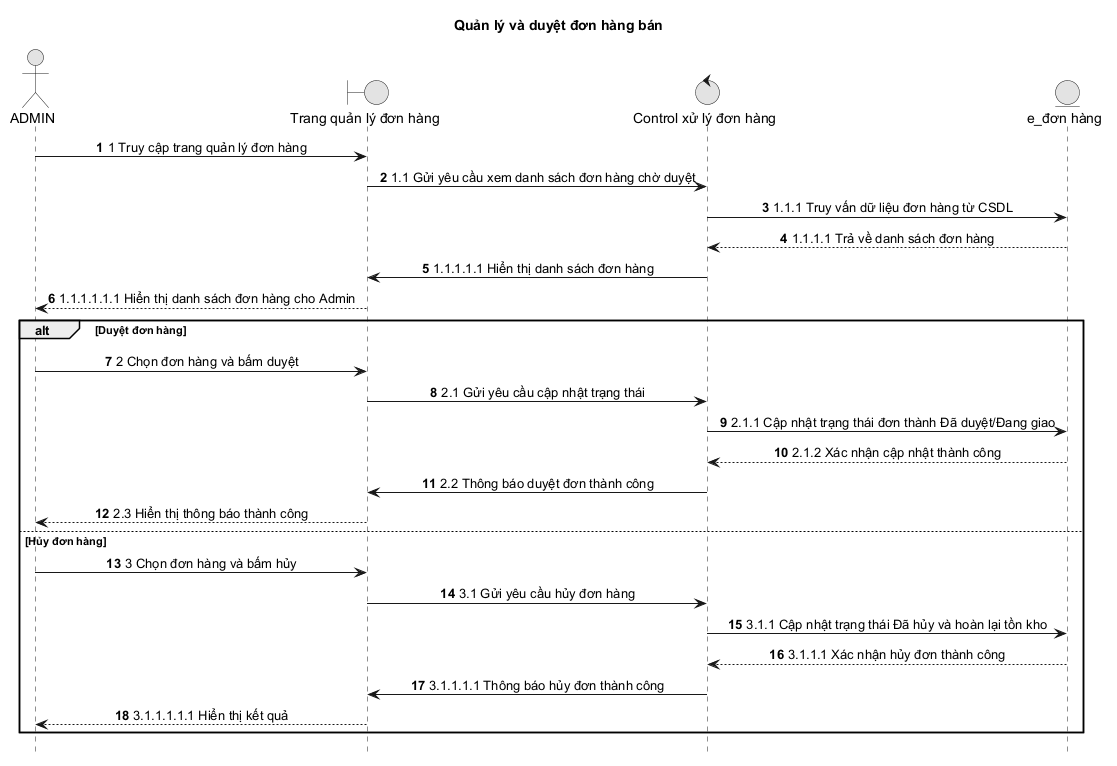
Above: docs/diagrams/sequence-new/admin/09-sales-order-approval.png in duygri/do-an-htttdn-crm (PlantUML), before the change. Its diagram source:
```plantuml
@startuml
title Quản lý và duyệt đơn hàng bán

autonumber
hide footbox
skinparam monochrome true
skinparam sequenceMessageAlign center
skinparam responseMessageBelowArrow true
actor ADMIN as Admin
boundary "Trang quản lý đơn hàng" as Boundary
control "Control xử lý đơn hàng" as Control
entity "e_đơn hàng" as Entity

Admin -> Boundary: 1 Truy cập trang quản lý đơn hàng
Boundary -> Control: 1.1 Gửi yêu cầu xem danh sách đơn hàng chờ duyệt
Control -> Entity: 1.1.1 Truy vấn dữ liệu đơn hàng từ CSDL
Entity --> Control: 1.1.1.1 Trả về danh sách đơn hàng
Control -> Boundary: 1.1.1.1.1 Hiển thị danh sách đơn hàng
Boundary --> Admin: 1.1.1.1.1.1 Hiển thị danh sách đơn hàng cho Admin

alt Duyệt đơn hàng
  Admin -> Boundary: 2 Chọn đơn hàng và bấm duyệt
  Boundary -> Control: 2.1 Gửi yêu cầu cập nhật trạng thái
  Control -> Entity: 2.1.1 Cập nhật trạng thái đơn thành Đã duyệt/Đang giao
  Entity --> Control: 2.1.2 Xác nhận cập nhật thành công
  Control -> Boundary: 2.2 Thông báo duyệt đơn thành công
  Boundary --> Admin: 2.3 Hiển thị thông báo thành công
else Hủy đơn hàng
  Admin -> Boundary: 3 Chọn đơn hàng và bấm hủy
  Boundary -> Control: 3.1 Gửi yêu cầu hủy đơn hàng
  Control -> Entity: 3.1.1 Cập nhật trạng thái Đã hủy và hoàn lại tồn kho
  Entity --> Control: 3.1.1.1 Xác nhận hủy đơn thành công
  Control -> Boundary: 3.1.1.1.1 Thông báo hủy đơn thành công
  Boundary --> Admin: 3.1.1.1.1.1 Hiển thị kết quả
end
@enduml
```
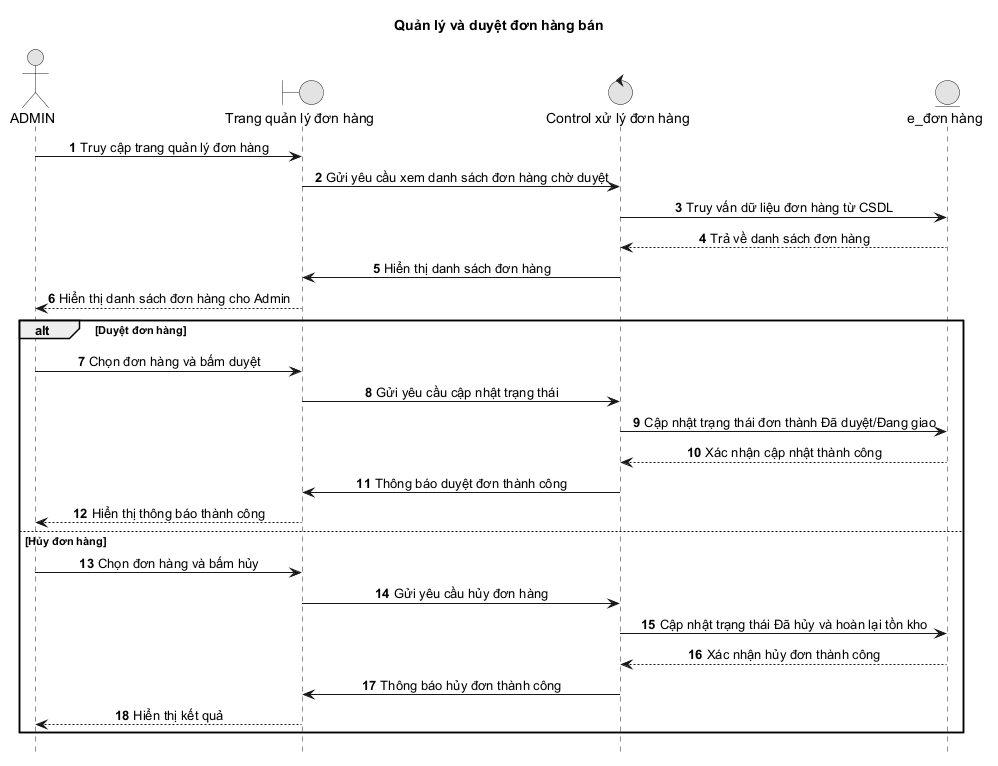
Later version of the same file.

Diff of the diagram source:
```diff
@@ -11,26 +11,26 @@
 control "Control xử lý đơn hàng" as Control
 entity "e_đơn hàng" as Entity
 
-Admin -> Boundary: 1 Truy cập trang quản lý đơn hàng
-Boundary -> Control: 1.1 Gửi yêu cầu xem danh sách đơn hàng chờ duyệt
-Control -> Entity: 1.1.1 Truy vấn dữ liệu đơn hàng từ CSDL
-Entity --> Control: 1.1.1.1 Trả về danh sách đơn hàng
-Control -> Boundary: 1.1.1.1.1 Hiển thị danh sách đơn hàng
-Boundary --> Admin: 1.1.1.1.1.1 Hiển thị danh sách đơn hàng cho Admin
+Admin -> Boundary: Truy cập trang quản lý đơn hàng
+Boundary -> Control: Gửi yêu cầu xem danh sách đơn hàng chờ duyệt
+Control -> Entity: Truy vấn dữ liệu đơn hàng từ CSDL
+Entity --> Control: Trả về danh sách đơn hàng
+Control -> Boundary: Hiển thị danh sách đơn hàng
+Boundary --> Admin: Hiển thị danh sách đơn hàng cho Admin
 
 alt Duyệt đơn hàng
-  Admin -> Boundary: 2 Chọn đơn hàng và bấm duyệt
-  Boundary -> Control: 2.1 Gửi yêu cầu cập nhật trạng thái
-  Control -> Entity: 2.1.1 Cập nhật trạng thái đơn thành Đã duyệt/Đang giao
-  Entity --> Control: 2.1.2 Xác nhận cập nhật thành công
-  Control -> Boundary: 2.2 Thông báo duyệt đơn thành công
-  Boundary --> Admin: 2.3 Hiển thị thông báo thành công
+  Admin -> Boundary: Chọn đơn hàng và bấm duyệt
+  Boundary -> Control: Gửi yêu cầu cập nhật trạng thái
+  Control -> Entity: Cập nhật trạng thái đơn thành Đã duyệt/Đang giao
+  Entity --> Control: Xác nhận cập nhật thành công
+  Control -> Boundary: Thông báo duyệt đơn thành công
+  Boundary --> Admin: Hiển thị thông báo thành công
 else Hủy đơn hàng
-  Admin -> Boundary: 3 Chọn đơn hàng và bấm hủy
-  Boundary -> Control: 3.1 Gửi yêu cầu hủy đơn hàng
-  Control -> Entity: 3.1.1 Cập nhật trạng thái Đã hủy và hoàn lại tồn kho
-  Entity --> Control: 3.1.1.1 Xác nhận hủy đơn thành công
-  Control -> Boundary: 3.1.1.1.1 Thông báo hủy đơn thành công
-  Boundary --> Admin: 3.1.1.1.1.1 Hiển thị kết quả
+  Admin -> Boundary: Chọn đơn hàng và bấm hủy
+  Boundary -> Control: Gửi yêu cầu hủy đơn hàng
+  Control -> Entity: Cập nhật trạng thái Đã hủy và hoàn lại tồn kho
+  Entity --> Control: Xác nhận hủy đơn thành công
+  Control -> Boundary: Thông báo hủy đơn thành công
+  Boundary --> Admin: Hiển thị kết quả
 end
 @enduml
```
